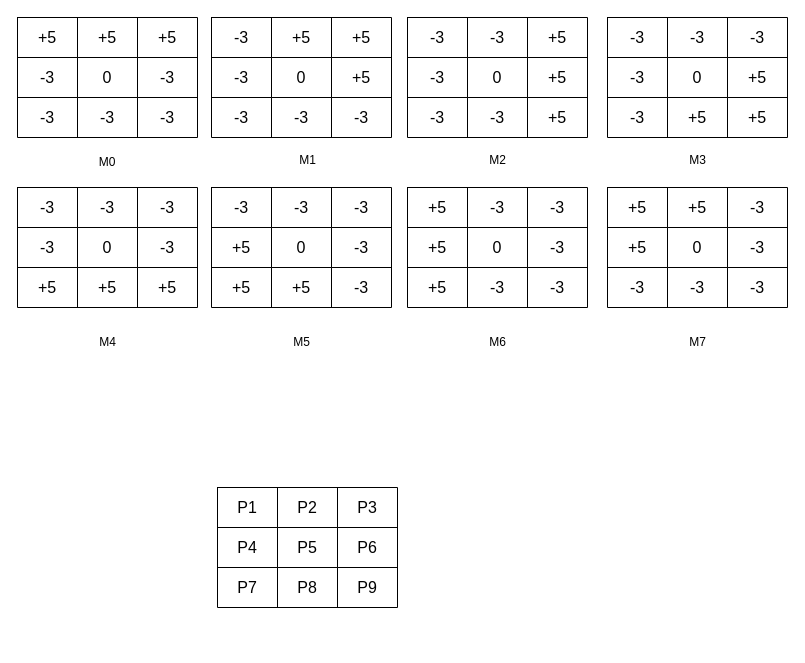
yyy-router/drawio keeps this draw.io diagram as page "第 1 页" (1 of 3) of 未命名绘图.drawio. Above is the earlier version. Source tidied: cells renumbered, new cells numbered last; positions are measured from the earlier drawing's top-left corner, leaving out a move shared by most shapes. Both pictures are drawn from the tidied source at 100%, with x=0, y=0 at pixel (17, 17).
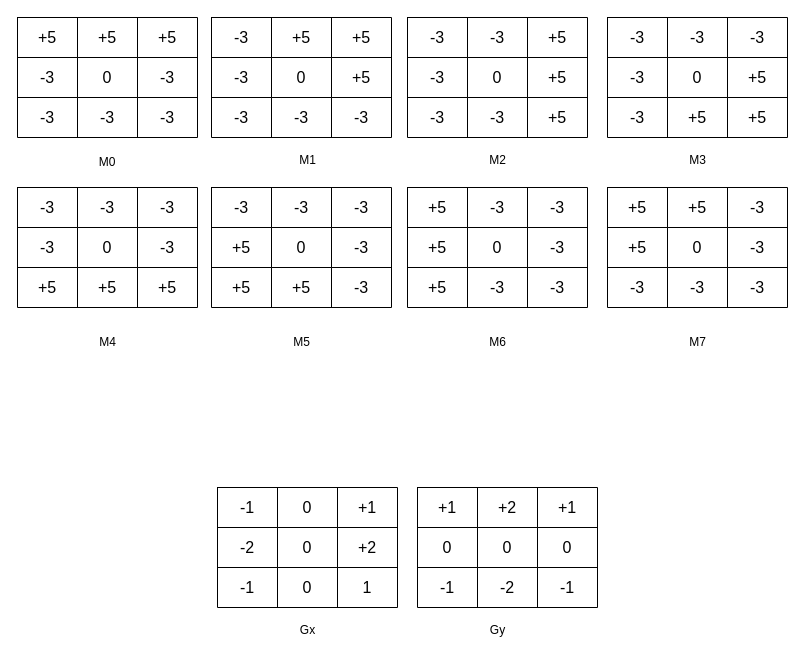
After the change.

Commit message:
更新未命名绘图.drawio

Unchanged cells that the change refers to:
```xml
<mxCell id="107" style="shape=tableRow;horizontal=0;startSize=0;swimlaneHead=0;swimlaneBody=0;strokeColor=inherit;top=0;left=0;bottom=0;right=0;fillColor=none;fontSize=16;" parent="106" vertex="1">
  <mxGeometry width="180" height="40" as="geometry" />
</mxCell>
<mxCell id="111" style="shape=tableRow;horizontal=0;startSize=0;swimlaneHead=0;swimlaneBody=0;strokeColor=inherit;top=0;left=0;bottom=0;right=0;fillColor=none;fontSize=16;" parent="106" vertex="1">
  <mxGeometry y="40" width="180" height="40" as="geometry" />
</mxCell>
<mxCell id="115" style="shape=tableRow;horizontal=0;startSize=0;swimlaneHead=0;swimlaneBody=0;strokeColor=inherit;top=0;left=0;bottom=0;right=0;fillColor=none;fontSize=16;" parent="106" vertex="1">
  <mxGeometry y="80" width="180" height="40" as="geometry" />
</mxCell>
```

Change to the diagram source:
```diff
@@
-    <mxCell id="108" value="P1" style="shape=partialRectangle;html=1;whiteSpace=wrap;strokeColor=inherit;overflow=hidden;fillColor=none;top=0;left=0;bottom=0;right=0;fontSize=16;" parent="107" vertex="1">
+    <mxCell id="108" value="-1" style="shape=partialRectangle;html=1;whiteSpace=wrap;strokeColor=inherit;overflow=hidden;fillColor=none;top=0;left=0;bottom=0;right=0;fontSize=16;" parent="107" vertex="1">
       <mxGeometry width="60" height="40" as="geometry" />
     </mxCell>
-    <mxCell id="109" value="P2" style="shape=partialRectangle;html=1;whiteSpace=wrap;strokeColor=inherit;overflow=hidden;fillColor=none;top=0;left=0;bottom=0;right=0;fontSize=16;" parent="107" vertex="1">
+    <mxCell id="109" value="0" style="shape=partialRectangle;html=1;whiteSpace=wrap;strokeColor=inherit;overflow=hidden;fillColor=none;top=0;left=0;bottom=0;right=0;fontSize=16;" parent="107" vertex="1">
       <mxGeometry x="60" width="60" height="40" as="geometry" />
     </mxCell>
-    <mxCell id="110" value="P3" style="shape=partialRectangle;html=1;whiteSpace=wrap;strokeColor=inherit;overflow=hidden;fillColor=none;top=0;left=0;bottom=0;right=0;fontSize=16;" parent="107" vertex="1">
+    <mxCell id="110" value="+1" style="shape=partialRectangle;html=1;whiteSpace=wrap;strokeColor=inherit;overflow=hidden;fillColor=none;top=0;left=0;bottom=0;right=0;fontSize=16;" parent="107" vertex="1">
       <mxGeometry x="120" width="60" height="40" as="geometry" />
     </mxCell>
@@
-    <mxCell id="112" value="P4" style="shape=partialRectangle;html=1;whiteSpace=wrap;strokeColor=inherit;overflow=hidden;fillColor=none;top=0;left=0;bottom=0;right=0;fontSize=16;" parent="111" vertex="1">
+    <mxCell id="112" value="-2" style="shape=partialRectangle;html=1;whiteSpace=wrap;strokeColor=inherit;overflow=hidden;fillColor=none;top=0;left=0;bottom=0;right=0;fontSize=16;" parent="111" vertex="1">
       <mxGeometry width="60" height="40" as="geometry" />
     </mxCell>
-    <mxCell id="113" value="P5" style="shape=partialRectangle;html=1;whiteSpace=wrap;strokeColor=inherit;overflow=hidden;fillColor=none;top=0;left=0;bottom=0;right=0;fontSize=16;" parent="111" vertex="1">
+    <mxCell id="113" value="0" style="shape=partialRectangle;html=1;whiteSpace=wrap;strokeColor=inherit;overflow=hidden;fillColor=none;top=0;left=0;bottom=0;right=0;fontSize=16;" parent="111" vertex="1">
       <mxGeometry x="60" width="60" height="40" as="geometry" />
     </mxCell>
-    <mxCell id="114" value="P6" style="shape=partialRectangle;html=1;whiteSpace=wrap;strokeColor=inherit;overflow=hidden;fillColor=none;top=0;left=0;bottom=0;right=0;fontSize=16;" parent="111" vertex="1">
+    <mxCell id="114" value="+2" style="shape=partialRectangle;html=1;whiteSpace=wrap;strokeColor=inherit;overflow=hidden;fillColor=none;top=0;left=0;bottom=0;right=0;fontSize=16;" parent="111" vertex="1">
       <mxGeometry x="120" width="60" height="40" as="geometry" />
     </mxCell>
@@
-    <mxCell id="116" value="P7" style="shape=partialRectangle;html=1;whiteSpace=wrap;strokeColor=inherit;overflow=hidden;fillColor=none;top=0;left=0;bottom=0;right=0;fontSize=16;" parent="115" vertex="1">
+    <mxCell id="116" value="-1" style="shape=partialRectangle;html=1;whiteSpace=wrap;strokeColor=inherit;overflow=hidden;fillColor=none;top=0;left=0;bottom=0;right=0;fontSize=16;" parent="115" vertex="1">
       <mxGeometry width="60" height="40" as="geometry" />
     </mxCell>
-    <mxCell id="117" value="P8" style="shape=partialRectangle;html=1;whiteSpace=wrap;strokeColor=inherit;overflow=hidden;fillColor=none;top=0;left=0;bottom=0;right=0;fontSize=16;" parent="115" vertex="1">
+    <mxCell id="117" value="0" style="shape=partialRectangle;html=1;whiteSpace=wrap;strokeColor=inherit;overflow=hidden;fillColor=none;top=0;left=0;bottom=0;right=0;fontSize=16;" parent="115" vertex="1">
       <mxGeometry x="60" width="60" height="40" as="geometry" />
     </mxCell>
-    <mxCell id="118" value="P9" style="shape=partialRectangle;html=1;whiteSpace=wrap;strokeColor=inherit;overflow=hidden;fillColor=none;top=0;left=0;bottom=0;right=0;fontSize=16;" parent="115" vertex="1">
+    <mxCell id="118" value="1" style="shape=partialRectangle;html=1;whiteSpace=wrap;strokeColor=inherit;overflow=hidden;fillColor=none;top=0;left=0;bottom=0;right=0;fontSize=16;" parent="115" vertex="1">
       <mxGeometry x="120" width="60" height="40" as="geometry" />
     </mxCell>
@@
+    <mxCell id="127" style="shape=table;startSize=0;childLayout=tableLayout;fontSize=16;" parent="1" vertex="1">
+      <mxGeometry x="400" y="470" width="180" height="120" as="geometry" />
+    </mxCell>
+    <mxCell id="128" style="shape=tableRow;horizontal=0;startSize=0;swimlaneHead=0;swimlaneBody=0;strokeColor=inherit;top=0;left=0;bottom=0;right=0;fillColor=none;fontSize=16;" parent="127" vertex="1">
+      <mxGeometry width="180" height="40" as="geometry" />
+    </mxCell>
+    <mxCell id="129" value="+1" style="shape=partialRectangle;html=1;whiteSpace=wrap;strokeColor=inherit;overflow=hidden;fillColor=none;top=0;left=0;bottom=0;right=0;fontSize=16;" parent="128" vertex="1">
+      <mxGeometry width="60" height="40" as="geometry" />
+    </mxCell>
+    <mxCell id="130" value="+2" style="shape=partialRectangle;html=1;whiteSpace=wrap;strokeColor=inherit;overflow=hidden;fillColor=none;top=0;left=0;bottom=0;right=0;fontSize=16;" parent="128" vertex="1">
+      <mxGeometry x="60" width="60" height="40" as="geometry" />
+    </mxCell>
+    <mxCell id="131" value="+1" style="shape=partialRectangle;html=1;whiteSpace=wrap;strokeColor=inherit;overflow=hidden;fillColor=none;top=0;left=0;bottom=0;right=0;fontSize=16;" parent="128" vertex="1">
+      <mxGeometry x="120" width="60" height="40" as="geometry" />
+    </mxCell>
+    <mxCell id="132" style="shape=tableRow;horizontal=0;startSize=0;swimlaneHead=0;swimlaneBody=0;strokeColor=inherit;top=0;left=0;bottom=0;right=0;fillColor=none;fontSize=16;" parent="127" vertex="1">
+      <mxGeometry y="40" width="180" height="40" as="geometry" />
+    </mxCell>
+    <mxCell id="133" value="0" style="shape=partialRectangle;html=1;whiteSpace=wrap;strokeColor=inherit;overflow=hidden;fillColor=none;top=0;left=0;bottom=0;right=0;fontSize=16;" parent="132" vertex="1">
+      <mxGeometry width="60" height="40" as="geometry" />
+    </mxCell>
+    <mxCell id="134" value="0" style="shape=partialRectangle;html=1;whiteSpace=wrap;strokeColor=inherit;overflow=hidden;fillColor=none;top=0;left=0;bottom=0;right=0;fontSize=16;" parent="132" vertex="1">
+      <mxGeometry x="60" width="60" height="40" as="geometry" />
+    </mxCell>
+    <mxCell id="135" value="0" style="shape=partialRectangle;html=1;whiteSpace=wrap;strokeColor=inherit;overflow=hidden;fillColor=none;top=0;left=0;bottom=0;right=0;fontSize=16;" parent="132" vertex="1">
+      <mxGeometry x="120" width="60" height="40" as="geometry" />
+    </mxCell>
+    <mxCell id="136" style="shape=tableRow;horizontal=0;startSize=0;swimlaneHead=0;swimlaneBody=0;strokeColor=inherit;top=0;left=0;bottom=0;right=0;fillColor=none;fontSize=16;" parent="127" vertex="1">
+      <mxGeometry y="80" width="180" height="40" as="geometry" />
+    </mxCell>
+    <mxCell id="137" value="-1" style="shape=partialRectangle;html=1;whiteSpace=wrap;strokeColor=inherit;overflow=hidden;fillColor=none;top=0;left=0;bottom=0;right=0;fontSize=16;" parent="136" vertex="1">
+      <mxGeometry width="60" height="40" as="geometry" />
+    </mxCell>
+    <mxCell id="138" value="-2" style="shape=partialRectangle;html=1;whiteSpace=wrap;strokeColor=inherit;overflow=hidden;fillColor=none;top=0;left=0;bottom=0;right=0;fontSize=16;" parent="136" vertex="1">
+      <mxGeometry x="60" width="60" height="40" as="geometry" />
+    </mxCell>
+    <mxCell id="139" value="-1" style="shape=partialRectangle;html=1;whiteSpace=wrap;strokeColor=inherit;overflow=hidden;fillColor=none;top=0;left=0;bottom=0;right=0;fontSize=16;" parent="136" vertex="1">
+      <mxGeometry x="120" width="60" height="40" as="geometry" />
+    </mxCell>
+    <mxCell id="140" value="Gx" style="text;html=1;align=center;verticalAlign=middle;strokeColor=none;fillColor=none;" parent="1" vertex="1">
+      <mxGeometry x="270" y="598" width="40" height="30" as="geometry" />
+    </mxCell>
+    <mxCell id="141" value="Gy" style="text;html=1;align=center;verticalAlign=middle;strokeColor=none;fillColor=none;" parent="1" vertex="1">
+      <mxGeometry x="460" y="598" width="40" height="30" as="geometry" />
+    </mxCell>
```
